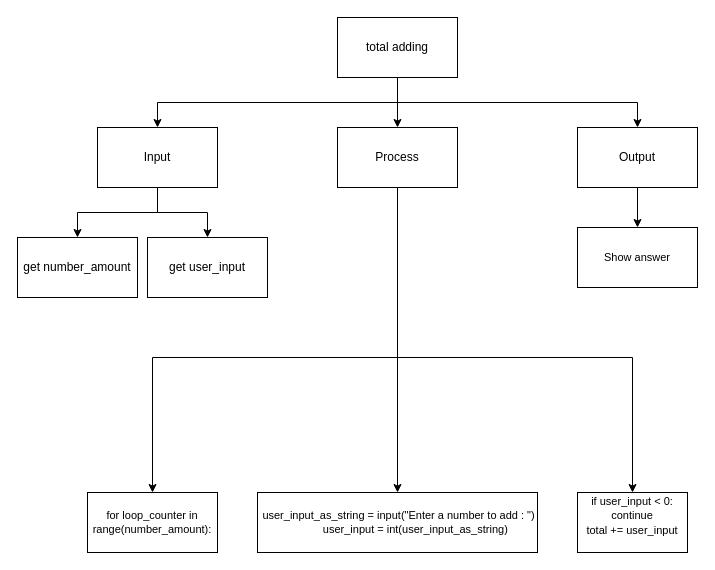
This is design.drawio from Aleksandr-Ten/ICS3U-Unit4-06-Python, a draw.io file, before an edit. Source tidied: cells renumbered, new cells numbered last; positions are measured from the earlier drawing's top-left corner, leaving out a move shared by most shapes. Both pictures are drawn from the tidied source at 100%, with x=0, y=0 at pixel (17, 17).
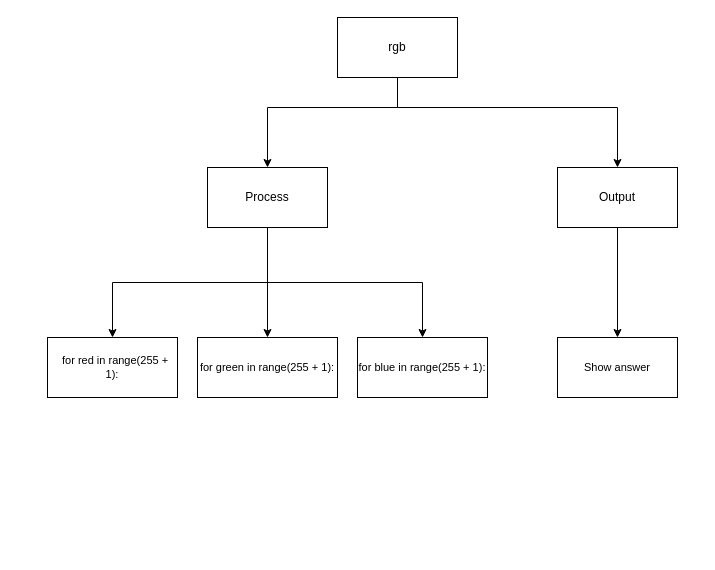
The same diagram, later.

What changed in the source:
```diff
@@
-    <mxCell id="2" style="edgeStyle=none;html=1;exitX=0.5;exitY=1;exitDx=0;exitDy=0;entryX=0.5;entryY=0;entryDx=0;entryDy=0;" parent="1" edge="1" source="5" target="9">
-      <mxGeometry relative="1" as="geometry" />
+    <mxCell id="2" style="edgeStyle=orthogonalEdgeStyle;html=1;exitX=0.5;exitY=1;exitDx=0;exitDy=0;entryX=0.5;entryY=0;entryDx=0;entryDy=0;rounded=0;" parent="1" edge="1" source="5" target="9">
+      <mxGeometry relative="1" as="geometry">
+        <Array as="points">
+          <mxPoint x="380" y="90" />
+          <mxPoint x="250" y="90" />
+        </Array>
+      </mxGeometry>
     </mxCell>
-    <mxCell id="3" style="edgeStyle=orthogonalEdgeStyle;html=1;exitX=0.5;exitY=1;exitDx=0;exitDy=0;entryX=0.5;entryY=0;entryDx=0;entryDy=0;rounded=0;" parent="1" edge="1" source="5" target="12">
-      <mxGeometry relative="1" as="geometry" />
-    </mxCell>
     <mxCell id="4" style="edgeStyle=orthogonalEdgeStyle;shape=connector;rounded=0;html=1;labelBackgroundColor=default;fontFamily=Helvetica;fontSize=11;fontColor=default;endArrow=classic;strokeColor=default;exitX=0.5;exitY=1;exitDx=0;exitDy=0;" parent="1" edge="1" source="5" target="14">
-      <mxGeometry relative="1" as="geometry" />
+      <mxGeometry relative="1" as="geometry">
+        <Array as="points">
+          <mxPoint x="380" y="90" />
+          <mxPoint x="600" y="90" />
+        </Array>
+      </mxGeometry>
     </mxCell>
-    <mxCell id="5" value="total adding" style="rounded=0;whiteSpace=wrap;html=1;" parent="1" vertex="1">
+    <mxCell id="5" value="rgb" style="rounded=0;whiteSpace=wrap;html=1;" parent="1" vertex="1">
       <mxGeometry x="320" width="120" height="60" as="geometry" />
     </mxCell>
-    <mxCell id="6" style="edgeStyle=none;html=1;entryX=0.5;entryY=0;entryDx=0;entryDy=0;" parent="1" edge="1" source="9" target="17">
-      <mxGeometry relative="1" as="geometry" />
-    </mxCell>
+    <mxCell id="21" style="edgeStyle=orthogonalEdgeStyle;shape=connector;rounded=0;html=1;exitX=0.5;exitY=1;exitDx=0;exitDy=0;labelBackgroundColor=default;fontFamily=Helvetica;fontSize=11;fontColor=default;endArrow=classic;strokeColor=default;" parent="1" edge="1" source="9" target="20">
+      <mxGeometry relative="1" as="geometry" />
+    </mxCell>
-    <mxCell id="7" style="edgeStyle=orthogonalEdgeStyle;html=1;entryX=0.5;entryY=0;entryDx=0;entryDy=0;rounded=0;" parent="1" edge="1" source="9" target="16">
-      <mxGeometry relative="1" as="geometry">
-        <Array as="points">
-          <mxPoint x="380" y="340" />
-          <mxPoint x="135" y="340" />
-        </Array>
-      </mxGeometry>
+    <mxCell id="7" style="edgeStyle=orthogonalEdgeStyle;shape=connector;rounded=0;html=1;exitX=0.5;exitY=1;exitDx=0;exitDy=0;labelBackgroundColor=default;fontFamily=Helvetica;fontSize=11;fontColor=default;endArrow=classic;strokeColor=default;" parent="1" edge="1" source="9" target="16">
+      <mxGeometry relative="1" as="geometry" />
     </mxCell>
-    <mxCell id="8" style="edgeStyle=orthogonalEdgeStyle;shape=connector;rounded=0;html=1;exitX=0.5;exitY=1;exitDx=0;exitDy=0;entryX=0.5;entryY=0;entryDx=0;entryDy=0;labelBackgroundColor=default;fontFamily=Helvetica;fontSize=11;fontColor=default;endArrow=classic;strokeColor=default;" parent="1" edge="1" source="9" target="20">
-      <mxGeometry relative="1" as="geometry">
-        <Array as="points">
-          <mxPoint x="380" y="340" />
-          <mxPoint x="615" y="340" />
-        </Array>
-      </mxGeometry>
-    </mxCell>
+    <mxCell id="22" style="edgeStyle=orthogonalEdgeStyle;shape=connector;rounded=0;html=1;exitX=0.5;exitY=1;exitDx=0;exitDy=0;labelBackgroundColor=default;fontFamily=Helvetica;fontSize=11;fontColor=default;endArrow=classic;strokeColor=default;" parent="1" edge="1" source="9" target="8">
+      <mxGeometry relative="1" as="geometry" />
+    </mxCell>
     <mxCell id="9" value="Process" style="rounded=0;whiteSpace=wrap;html=1;" parent="1" vertex="1">
-      <mxGeometry x="320" y="110" width="120" height="60" as="geometry" />
+      <mxGeometry x="190" y="150" width="120" height="60" as="geometry" />
     </mxCell>
-    <mxCell id="10" style="edgeStyle=orthogonalEdgeStyle;shape=connector;rounded=0;html=1;exitX=0.5;exitY=1;exitDx=0;exitDy=0;labelBackgroundColor=default;fontFamily=Helvetica;fontSize=11;fontColor=default;endArrow=classic;strokeColor=default;" parent="1" edge="1" source="12" target="15">
-      <mxGeometry relative="1" as="geometry" />
-    </mxCell>
-    <mxCell id="11" style="edgeStyle=orthogonalEdgeStyle;html=1;exitX=0.5;exitY=1;exitDx=0;exitDy=0;entryX=0.5;entryY=0;entryDx=0;entryDy=0;fontSize=12;rounded=0;" parent="1" edge="1" source="12" target="19">
-      <mxGeometry relative="1" as="geometry" />
-    </mxCell>
-    <mxCell id="12" value="Input" style="rounded=0;whiteSpace=wrap;html=1;" parent="1" vertex="1">
-      <mxGeometry x="80" y="110" width="120" height="60" as="geometry" />
-    </mxCell>
@@
     <mxCell id="14" value="Output" style="rounded=0;whiteSpace=wrap;html=1;" parent="1" vertex="1">
-      <mxGeometry x="560" y="110" width="120" height="60" as="geometry" />
+      <mxGeometry x="540" y="150" width="120" height="60" as="geometry" />
     </mxCell>
-    <mxCell id="15" value="&lt;span style=&quot;font-size: 12px&quot;&gt;get number_amount&lt;/span&gt;" style="rounded=0;whiteSpace=wrap;html=1;fontFamily=Helvetica;fontSize=11;fontColor=default;" parent="1" vertex="1">
-      <mxGeometry y="220" width="120" height="60" as="geometry" />
-    </mxCell>
-    <mxCell id="16" value="for loop_counter in range(number_amount):" style="rounded=0;whiteSpace=wrap;html=1;fontFamily=Helvetica;fontSize=11;fontColor=default;" parent="1" vertex="1">
-      <mxGeometry x="70" y="475" width="130" height="60" as="geometry" />
+    <mxCell id="16" value="&amp;nbsp; for red in range(255 + 1):" style="rounded=0;whiteSpace=wrap;html=1;fontFamily=Helvetica;fontSize=11;fontColor=default;" parent="1" vertex="1">
+      <mxGeometry x="30" y="320" width="130" height="60" as="geometry" />
     </mxCell>
-    <mxCell id="17" value="&lt;div&gt;&amp;nbsp;user_input_as_string = input(&quot;Enter a number to add : &quot;)&lt;/div&gt;&lt;div&gt;&amp;nbsp; &amp;nbsp; &amp;nbsp; &amp;nbsp; &amp;nbsp; &amp;nbsp; user_input = int(user_input_as_string)&lt;/div&gt;" style="rounded=0;whiteSpace=wrap;html=1;fontFamily=Helvetica;fontSize=11;fontColor=default;" parent="1" vertex="1">
-      <mxGeometry x="240" y="475" width="280" height="60" as="geometry" />
-    </mxCell>
     <mxCell id="18" value="Show answer" style="rounded=0;whiteSpace=wrap;html=1;fontFamily=Helvetica;fontSize=11;fontColor=default;" parent="1" vertex="1">
-      <mxGeometry x="560" y="210" width="120" height="60" as="geometry" />
+      <mxGeometry x="540" y="320" width="120" height="60" as="geometry" />
     </mxCell>
-    <mxCell id="19" value="get user_input" style="rounded=0;whiteSpace=wrap;html=1;" parent="1" vertex="1">
-      <mxGeometry x="130" y="220" width="120" height="60" as="geometry" />
-    </mxCell>
-    <mxCell id="20" value="&lt;div&gt;&lt;span style=&quot;font-size: 11px&quot;&gt;if user_input &amp;lt; 0:&lt;/span&gt;&lt;/div&gt;&lt;div&gt;&lt;span style=&quot;font-size: 11px&quot;&gt;continue&lt;/span&gt;&lt;/div&gt;&lt;div&gt;&lt;span style=&quot;font-size: 11px&quot;&gt;total += user_input&lt;/span&gt;&lt;/div&gt;&lt;div&gt;&lt;br&gt;&lt;/div&gt;" style="rounded=0;whiteSpace=wrap;html=1;fontSize=12;" parent="1" vertex="1">
-      <mxGeometry x="560" y="475" width="110" height="60" as="geometry" />
+    <mxCell id="20" value="&lt;div&gt;&lt;span style=&quot;font-size: 11px&quot;&gt;for green in range(255 + 1):&lt;/span&gt;&lt;br&gt;&lt;/div&gt;" style="rounded=0;whiteSpace=wrap;html=1;fontSize=12;" parent="1" vertex="1">
+      <mxGeometry x="180" y="320" width="140" height="60" as="geometry" />
     </mxCell>
+    <mxCell id="8" value="for blue in range(255 + 1):" style="rounded=0;whiteSpace=wrap;html=1;fontFamily=Helvetica;fontSize=11;fontColor=default;" parent="1" vertex="1">
+      <mxGeometry x="340" y="320" width="130" height="60" as="geometry" />
+    </mxCell>
```
